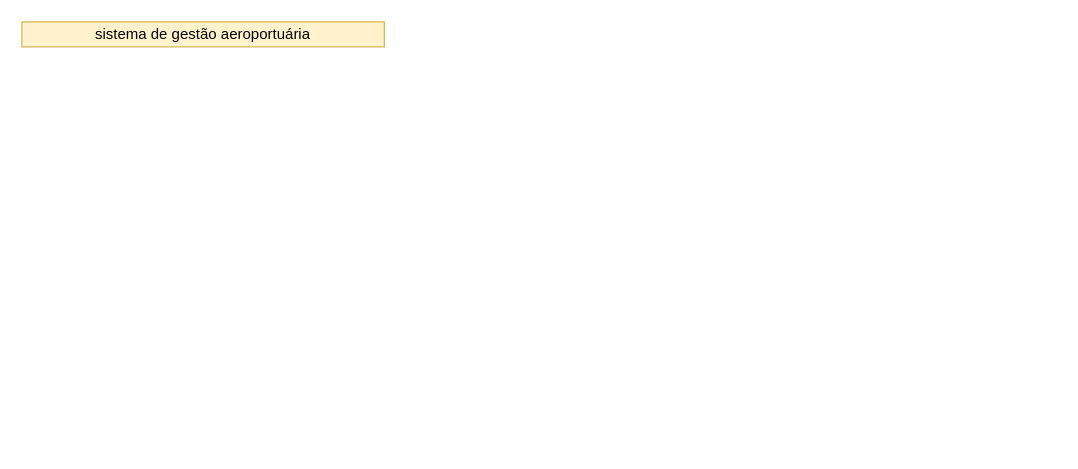
The draw.io diagram page "Página-9" (9 of 9) of Diagrama sem nome.drawio in helio0278/diagramasderequisitos, before the edit. Source tidied: cells renumbered, new cells numbered last; positions are measured from the earlier drawing's top-left corner, leaving out a move shared by most shapes. Both pictures are drawn from the tidied source at 125%, with x=0, y=0 at pixel (21, 21).
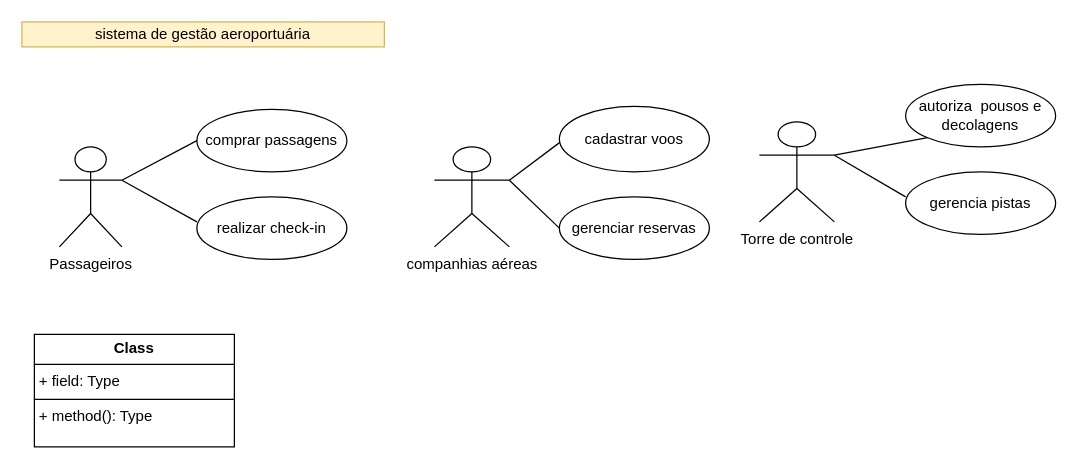
After the change.

What changed in the source:
```diff
@@
+    <mxCell id="3" value="Passageiros" style="shape=umlActor;verticalLabelPosition=bottom;verticalAlign=top;html=1;" parent="1" vertex="1">
+      <mxGeometry x="30" y="100" width="50" height="80" as="geometry" />
+    </mxCell>
+    <mxCell id="4" value="comprar passagens" style="ellipse;whiteSpace=wrap;html=1;" parent="1" vertex="1">
+      <mxGeometry x="140" y="70" width="120" height="50" as="geometry" />
+    </mxCell>
+    <mxCell id="5" value="realizar check-in" style="ellipse;whiteSpace=wrap;html=1;" parent="1" vertex="1">
+      <mxGeometry x="140" y="140" width="120" height="50" as="geometry" />
+    </mxCell>
+    <mxCell id="6" style="endArrow=none;html=1;rounded=0;entryX=0;entryY=0.5;entryDx=0;entryDy=0;exitX=1;exitY=0.3333333333333333;exitDx=0;exitDy=0;exitPerimeter=0;" parent="1" edge="1" source="3" target="4">
+      <mxGeometry relative="1" as="geometry" />
+    </mxCell>
+    <mxCell id="7" style="endArrow=none;html=1;rounded=0;exitX=1;exitY=0.3333333333333333;exitDx=0;exitDy=0;exitPerimeter=0;" parent="1" edge="1" source="3">
+      <mxGeometry relative="1" as="geometry">
+        <mxPoint x="140" y="160" as="targetPoint" />
+      </mxGeometry>
+    </mxCell>
+    <mxCell id="8" value="companhias aéreas" style="shape=umlActor;verticalLabelPosition=bottom;verticalAlign=top;html=1;outlineConnect=0;" parent="1" vertex="1">
+      <mxGeometry x="330" y="100" width="60" height="80" as="geometry" />
+    </mxCell>
+    <mxCell id="9" value="gerenciar reservas" style="ellipse;whiteSpace=wrap;html=1;" parent="1" vertex="1">
+      <mxGeometry x="430" y="140" width="120" height="50" as="geometry" />
+    </mxCell>
+    <mxCell id="10" style="endArrow=none;html=1;rounded=0;entryX=0.03;entryY=0.68;entryDx=0;entryDy=0;entryPerimeter=0;exitX=1;exitY=0.3333333333333333;exitDx=0;exitDy=0;exitPerimeter=0;" parent="1" edge="1" source="8">
+      <mxGeometry relative="1" as="geometry">
+        <mxPoint x="433.6" y="94" as="targetPoint" />
+      </mxGeometry>
+    </mxCell>
+    <mxCell id="11" style="endArrow=none;html=1;rounded=0;exitX=1;exitY=0.3333333333333333;exitDx=0;exitDy=0;exitPerimeter=0;entryX=0;entryY=0.5;entryDx=0;entryDy=0;" parent="1" edge="1" source="8" target="9">
+      <mxGeometry relative="1" as="geometry" />
+    </mxCell>
+    <mxCell id="12" value="cadastrar voos" style="ellipse;whiteSpace=wrap;html=1;" parent="1" vertex="1">
+      <mxGeometry x="430" y="67.5" width="120" height="52.5" as="geometry" />
+    </mxCell>
+    <mxCell id="13" value="Torre de controle" style="shape=umlActor;verticalLabelPosition=bottom;verticalAlign=top;html=1;outlineConnect=0;" parent="1" vertex="1">
+      <mxGeometry x="590" y="80" width="60" height="80" as="geometry" />
+    </mxCell>
+    <mxCell id="14" value="autoriza&amp;nbsp; pousos e decolagens" style="ellipse;whiteSpace=wrap;html=1;" parent="1" vertex="1">
+      <mxGeometry x="707" y="50" width="120" height="50" as="geometry" />
+    </mxCell>
+    <mxCell id="15" value="gerencia pistas" style="ellipse;whiteSpace=wrap;html=1;" parent="1" vertex="1">
+      <mxGeometry x="707" y="120" width="120" height="50" as="geometry" />
+    </mxCell>
+    <mxCell id="16" style="endArrow=none;html=1;rounded=0;entryX=0;entryY=1;entryDx=0;entryDy=0;exitX=1;exitY=0.3333333333333333;exitDx=0;exitDy=0;exitPerimeter=0;" parent="1" edge="1" source="13" target="14">
+      <mxGeometry relative="1" as="geometry" />
+    </mxCell>
+    <mxCell id="17" style="endArrow=none;html=1;rounded=0;exitX=1;exitY=0.3333333333333333;exitDx=0;exitDy=0;exitPerimeter=0;" parent="1" edge="1" source="13">
+      <mxGeometry relative="1" as="geometry">
+        <mxPoint x="707" y="140" as="targetPoint" />
+      </mxGeometry>
+    </mxCell>
+    <mxCell id="18" value="&lt;p style=&quot;margin:0px;margin-top:4px;text-align:center;&quot;&gt;&lt;b&gt;Class&lt;/b&gt;&lt;/p&gt;&lt;hr size=&quot;1&quot; style=&quot;border-style:solid;&quot;/&gt;&lt;p style=&quot;margin:0px;margin-left:4px;&quot;&gt;+ field: Type&lt;/p&gt;&lt;hr size=&quot;1&quot; style=&quot;border-style:solid;&quot;/&gt;&lt;p style=&quot;margin:0px;margin-left:4px;&quot;&gt;+ method(): Type&lt;/p&gt;" style="verticalAlign=top;align=left;overflow=fill;html=1;whiteSpace=wrap;" parent="1" vertex="1">
+      <mxGeometry x="10" y="250" width="160" height="90" as="geometry" />
+    </mxCell>
```
